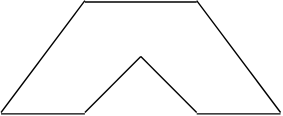
This is 01.1.drawio.svg from wechen0504/CA_Figure, a draw.io export, as it was before one commit. Source tidied: cells renumbered, new cells last; positions are measured from the earlier drawing's top-left corner, leaving out a move shared by most shapes. Source of this version:
```xml
<mxGraphModel>
  <root>
    <mxCell id="0" />
    <mxCell id="1" parent="0" />
    <mxCell id="2" style="group;direction=east;" parent="1" vertex="1">
      <mxGeometry width="200" height="81" as="geometry" />
    </mxCell>
    <mxCell id="3" style="endArrow=none;html=1;rounded=0;" parent="2" edge="1">
      <mxGeometry relative="1" as="geometry">
        <mxPoint x="60" y="1" as="sourcePoint" />
        <mxPoint x="140" y="1" as="targetPoint" />
      </mxGeometry>
    </mxCell>
    <mxCell id="4" style="endArrow=none;html=1;rounded=0;" parent="2" edge="1">
      <mxGeometry relative="1" as="geometry">
        <mxPoint y="81" as="sourcePoint" />
        <mxPoint x="60" y="81" as="targetPoint" />
      </mxGeometry>
    </mxCell>
    <mxCell id="5" style="endArrow=none;html=1;rounded=0;" parent="2" edge="1">
      <mxGeometry relative="1" as="geometry">
        <mxPoint x="140" y="81" as="sourcePoint" />
        <mxPoint x="200" y="81" as="targetPoint" />
      </mxGeometry>
    </mxCell>
    <mxCell id="6" style="endArrow=none;html=1;rounded=0;" parent="2" edge="1">
      <mxGeometry relative="1" as="geometry">
        <mxPoint y="80" as="sourcePoint" />
        <mxPoint x="60" as="targetPoint" />
      </mxGeometry>
    </mxCell>
    <mxCell id="7" style="endArrow=none;html=1;rounded=0;" parent="2" edge="1">
      <mxGeometry relative="1" as="geometry">
        <mxPoint x="200" y="80" as="sourcePoint" />
        <mxPoint x="140" as="targetPoint" />
      </mxGeometry>
    </mxCell>
    <mxCell id="8" style="endArrow=none;html=1;rounded=0;" parent="2" edge="1">
      <mxGeometry relative="1" as="geometry">
        <mxPoint x="60" y="80" as="sourcePoint" />
        <mxPoint x="100" y="40" as="targetPoint" />
      </mxGeometry>
    </mxCell>
    <mxCell id="9" style="endArrow=none;html=1;rounded=0;" parent="2" edge="1">
      <mxGeometry relative="1" as="geometry">
        <mxPoint x="140" y="80" as="sourcePoint" />
        <mxPoint x="100" y="40" as="targetPoint" />
      </mxGeometry>
    </mxCell>
  </root>
</mxGraphModel>
```
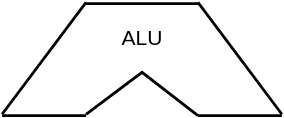
Later version of the same file.

Change to the diagram source:
```diff
@@ -2,50 +2,50 @@
   <root>
     <mxCell id="0" />
     <mxCell id="1" parent="0" />
-    <mxCell id="2" style="group;direction=east;" parent="1" vertex="1">
+    <mxCell id="2" style="group;direction=east;rounded=0;fillColor=none;strokeWidth=2;" parent="1" vertex="1">
       <mxGeometry width="200" height="81" as="geometry" />
     </mxCell>
-    <mxCell id="3" style="endArrow=none;html=1;rounded=0;" parent="2" edge="1">
+    <mxCell id="3" style="endArrow=none;html=1;rounded=1;strokeWidth=2;" parent="2" edge="1">
       <mxGeometry relative="1" as="geometry">
         <mxPoint x="60" y="1" as="sourcePoint" />
         <mxPoint x="140" y="1" as="targetPoint" />
       </mxGeometry>
     </mxCell>
-    <mxCell id="4" style="endArrow=none;html=1;rounded=0;" parent="2" edge="1">
+    <mxCell id="4" style="endArrow=none;html=1;rounded=0;strokeWidth=2;" parent="2" edge="1">
       <mxGeometry relative="1" as="geometry">
         <mxPoint y="81" as="sourcePoint" />
         <mxPoint x="60" y="81" as="targetPoint" />
       </mxGeometry>
     </mxCell>
-    <mxCell id="5" style="endArrow=none;html=1;rounded=0;" parent="2" edge="1">
+    <mxCell id="5" style="endArrow=none;html=1;rounded=0;strokeWidth=2;" parent="2" edge="1">
       <mxGeometry relative="1" as="geometry">
         <mxPoint x="140" y="81" as="sourcePoint" />
         <mxPoint x="200" y="81" as="targetPoint" />
       </mxGeometry>
     </mxCell>
-    <mxCell id="6" style="endArrow=none;html=1;rounded=0;" parent="2" edge="1">
+    <mxCell id="6" style="endArrow=none;html=1;rounded=0;strokeWidth=2;" parent="2" edge="1">
       <mxGeometry relative="1" as="geometry">
         <mxPoint y="80" as="sourcePoint" />
         <mxPoint x="60" as="targetPoint" />
       </mxGeometry>
     </mxCell>
-    <mxCell id="7" style="endArrow=none;html=1;rounded=0;" parent="2" edge="1">
+    <mxCell id="7" style="endArrow=none;html=1;strokeWidth=2;rounded=0;jumpStyle=arc;" parent="2" edge="1">
       <mxGeometry relative="1" as="geometry">
         <mxPoint x="200" y="80" as="sourcePoint" />
         <mxPoint x="140" as="targetPoint" />
       </mxGeometry>
     </mxCell>
-    <mxCell id="8" style="endArrow=none;html=1;rounded=0;" parent="2" edge="1">
-      <mxGeometry relative="1" as="geometry">
-        <mxPoint x="60" y="80" as="sourcePoint" />
-        <mxPoint x="100" y="40" as="targetPoint" />
-      </mxGeometry>
-    </mxCell>
-    <mxCell id="9" style="endArrow=none;html=1;rounded=0;" parent="2" edge="1">
-      <mxGeometry relative="1" as="geometry">
-        <mxPoint x="140" y="80" as="sourcePoint" />
-        <mxPoint x="100" y="40" as="targetPoint" />
-      </mxGeometry>
-    </mxCell>
+    <mxCell id="10" style="endArrow=none;html=1;rounded=0;strokeWidth=2;" parent="2" edge="1">
+      <mxGeometry relative="1" as="geometry">
+        <mxPoint x="60" y="80" as="sourcePoint" />
+        <mxPoint x="140" y="81" as="targetPoint" />
+        <Array as="points">
+          <mxPoint x="100" y="50" />
+        </Array>
+      </mxGeometry>
+    </mxCell>
+    <mxCell id="11" value="&lt;font style=&quot;font-size: 15px;&quot;&gt;ALU&lt;/font&gt;" style="text;html=1;align=center;verticalAlign=middle;strokeColor=none;fillColor=none;strokeWidth=2;" parent="2" vertex="1">
+      <mxGeometry x="75" y="10" width="50" height="30" as="geometry" />
+    </mxCell>
   </root>
 </mxGraphModel>
```
